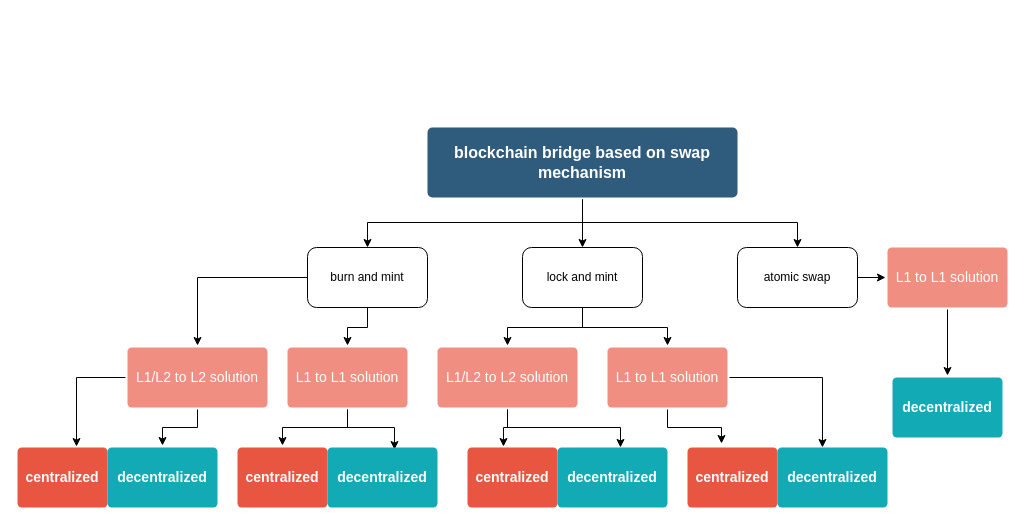
Earlier version of the draw.io diagram Untitled Diagram.drawio (foreverbb-cn/COMP00138). Source tidied: cells renumbered, new cells numbered last; positions are measured from the earlier drawing's top-left corner, leaving out a move shared by most shapes. Both pictures are drawn from the tidied source at 100%, with x=0, y=0 at pixel (17, 127).
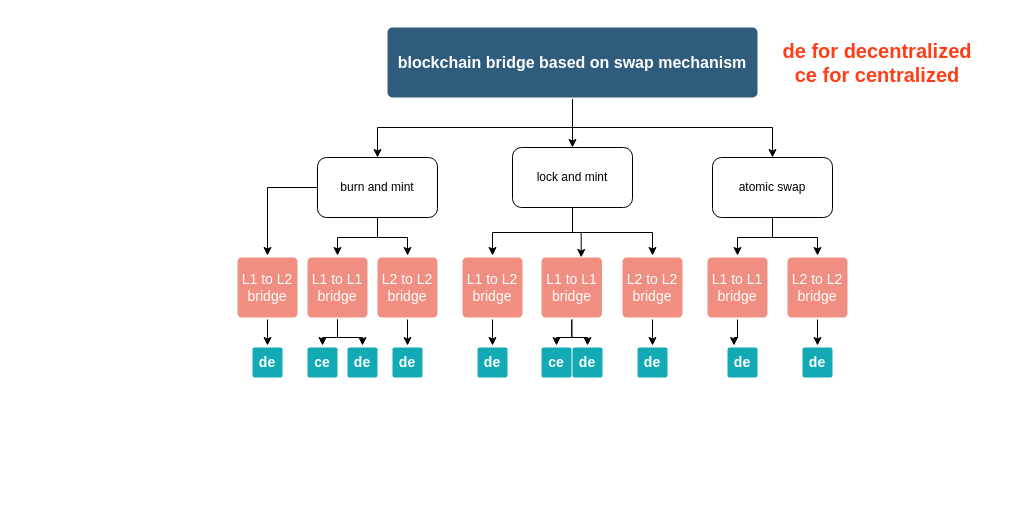
The same diagram, later.

What changed in the source:
```diff
@@
     <mxCell id="5" value="blockchain bridge based on swap mechanism" style="rounded=1;whiteSpace=wrap;html=1;shadow=0;labelBackgroundColor=none;strokeColor=none;strokeWidth=3;fillColor=#2F5B7C;fontFamily=Helvetica;fontSize=16;fontColor=#FFFFFF;align=center;fontStyle=1;spacing=5;arcSize=7;perimeterSpacing=2;" parent="1" vertex="1">
-      <mxGeometry x="410" width="310" height="70" as="geometry" />
+      <mxGeometry x="370" y="-100" width="370" height="70" as="geometry" />
     </mxCell>
-    <mxCell id="6" value="centralized" style="rounded=1;whiteSpace=wrap;html=1;shadow=0;labelBackgroundColor=none;strokeColor=none;strokeWidth=3;fillColor=#e85642;fontFamily=Helvetica;fontSize=14;fontColor=#FFFFFF;align=center;spacing=5;fontStyle=1;arcSize=7;perimeterSpacing=2;" parent="1" vertex="1">
-      <mxGeometry y="320" width="90" height="60" as="geometry" />
-    </mxCell>
-    <mxCell id="7" style="edgeStyle=orthogonalEdgeStyle;rounded=0;jettySize=auto;html=1;entryX=0.649;entryY=0.016;entryDx=0;entryDy=0;entryPerimeter=0;" parent="1" edge="1" source="9" target="6">
-      <mxGeometry relative="1" as="geometry" />
-    </mxCell>
-    <mxCell id="8" style="edgeStyle=orthogonalEdgeStyle;rounded=0;jettySize=auto;html=1;entryX=0.5;entryY=0;entryDx=0;entryDy=0;" parent="1" edge="1" source="9" target="21">
-      <mxGeometry relative="1" as="geometry" />
-    </mxCell>
+    <mxCell id="37" style="edgeStyle=orthogonalEdgeStyle;rounded=0;jettySize=auto;html=1;entryX=0.5;entryY=0;entryDx=0;entryDy=0;" parent="1" edge="1" source="9" target="53">
+      <mxGeometry relative="1" as="geometry" />
+    </mxCell>
-    <mxCell id="9" value="L1/L2 to L2 solution" style="rounded=1;whiteSpace=wrap;html=1;shadow=0;labelBackgroundColor=none;strokeColor=none;strokeWidth=3;fillColor=#f08e81;fontFamily=Helvetica;fontSize=14;fontColor=#FFFFFF;align=center;spacing=5;fontStyle=0;arcSize=7;perimeterSpacing=2;" parent="1" vertex="1">
-      <mxGeometry x="110" y="220" width="140" height="60" as="geometry" />
+    <mxCell id="9" value="L1 to L2 bridge" style="rounded=1;whiteSpace=wrap;html=1;shadow=0;labelBackgroundColor=none;strokeColor=none;strokeWidth=3;fillColor=#f08e81;fontFamily=Helvetica;fontSize=14;fontColor=#FFFFFF;align=center;spacing=5;fontStyle=0;arcSize=7;perimeterSpacing=2;" parent="1" vertex="1">
+      <mxGeometry x="220" y="130" width="60" height="60" as="geometry" />
     </mxCell>
-    <mxCell id="10" style="edgeStyle=orthogonalEdgeStyle;rounded=0;jettySize=auto;html=1;entryX=0.5;entryY=0;entryDx=0;entryDy=0;" parent="1" edge="1" source="11" target="12">
-      <mxGeometry relative="1" as="geometry" />
-    </mxCell>
+    <mxCell id="38" style="edgeStyle=orthogonalEdgeStyle;rounded=0;jettySize=auto;html=1;entryX=0.25;entryY=0;entryDx=0;entryDy=0;" parent="1" edge="1" source="11" target="59">
+      <mxGeometry relative="1" as="geometry" />
+    </mxCell>
-    <mxCell id="11" value="L1 to L1 solution" style="rounded=1;whiteSpace=wrap;html=1;shadow=0;labelBackgroundColor=none;strokeColor=none;strokeWidth=3;fillColor=#f08e81;fontFamily=Helvetica;fontSize=14;fontColor=#FFFFFF;align=center;spacing=5;fontStyle=0;arcSize=7;perimeterSpacing=2;" parent="1" vertex="1">
-      <mxGeometry x="870" y="120" width="120" height="60" as="geometry" />
+    <mxCell id="11" value="L1 to L1 bridge" style="rounded=1;whiteSpace=wrap;html=1;shadow=0;labelBackgroundColor=none;strokeColor=none;strokeWidth=3;fillColor=#f08e81;fontFamily=Helvetica;fontSize=14;fontColor=#FFFFFF;align=center;spacing=5;fontStyle=0;arcSize=7;perimeterSpacing=2;" parent="1" vertex="1">
+      <mxGeometry x="690" y="130" width="60" height="60" as="geometry" />
     </mxCell>
-    <mxCell id="12" value="decentralized" style="rounded=1;whiteSpace=wrap;html=1;shadow=0;labelBackgroundColor=none;strokeColor=none;strokeWidth=3;fillColor=#12aab5;fontFamily=Helvetica;fontSize=14;fontColor=#FFFFFF;align=center;spacing=5;fontStyle=1;arcSize=7;perimeterSpacing=2;" parent="1" vertex="1">
-      <mxGeometry x="875" y="250" width="110" height="60" as="geometry" />
-    </mxCell>
-    <mxCell id="13" style="edgeStyle=orthogonalEdgeStyle;rounded=0;jettySize=auto;html=1;" parent="1" edge="1" source="14" target="11">
+    <mxCell id="13" style="edgeStyle=orthogonalEdgeStyle;rounded=0;jettySize=auto;html=1;entryX=0.5;entryY=0;entryDx=0;entryDy=0;" parent="1" edge="1" source="14" target="11">
       <mxGeometry relative="1" as="geometry" />
     </mxCell>
+    <mxCell id="39" style="edgeStyle=orthogonalEdgeStyle;rounded=0;jettySize=auto;html=1;entryX=0.5;entryY=0;entryDx=0;entryDy=0;" parent="1" edge="1" source="14" target="50">
+      <mxGeometry relative="1" as="geometry" />
+    </mxCell>
     <mxCell id="14" value="atomic swap" style="rounded=1;whiteSpace=wrap;html=1;" parent="1" vertex="1">
-      <mxGeometry x="720" y="120" width="120" height="60" as="geometry" />
+      <mxGeometry x="695" y="30" width="120" height="60" as="geometry" />
     </mxCell>
@@
+    <mxCell id="40" style="edgeStyle=orthogonalEdgeStyle;rounded=0;jettySize=auto;html=1;" parent="1" edge="1" source="17" target="52">
+      <mxGeometry relative="1" as="geometry" />
+    </mxCell>
-    <mxCell id="17" value="burn and mint" style="rounded=1;whiteSpace=wrap;html=1;" parent="1" vertex="1">
-      <mxGeometry x="290" y="120" width="120" height="60" as="geometry" />
+    <mxCell id="17" value="burn and mint&lt;br&gt;" style="rounded=1;whiteSpace=wrap;html=1;" parent="1" vertex="1">
+      <mxGeometry x="300" y="30" width="120" height="60" as="geometry" />
     </mxCell>
-    <mxCell id="18" style="edgeStyle=orthogonalEdgeStyle;rounded=0;jettySize=auto;html=1;entryX=0.5;entryY=0;entryDx=0;entryDy=0;" parent="1" edge="1" source="20" target="28">
+    <mxCell id="18" style="edgeStyle=orthogonalEdgeStyle;rounded=0;jettySize=auto;html=1;" parent="1" edge="1" source="20" target="28">
       <mxGeometry relative="1" as="geometry" />
     </mxCell>
-    <mxCell id="19" style="edgeStyle=orthogonalEdgeStyle;rounded=0;jettySize=auto;html=1;" parent="1" edge="1" source="20" target="31">
+    <mxCell id="19" style="edgeStyle=orthogonalEdgeStyle;rounded=0;jettySize=auto;html=1;entryX=0.647;entryY=0.031;entryDx=0;entryDy=0;entryPerimeter=0;" parent="1" edge="1" source="20" target="31">
       <mxGeometry relative="1" as="geometry" />
     </mxCell>
+    <mxCell id="41" style="edgeStyle=orthogonalEdgeStyle;rounded=0;jettySize=auto;html=1;entryX=0.5;entryY=0;entryDx=0;entryDy=0;" parent="1" edge="1" source="20" target="48">
+      <mxGeometry relative="1" as="geometry" />
+    </mxCell>
     <mxCell id="20" value="lock and mint" style="rounded=1;whiteSpace=wrap;html=1;" parent="1" vertex="1">
-      <mxGeometry x="505" y="120" width="120" height="60" as="geometry" />
+      <mxGeometry x="495" y="20" width="120" height="60" as="geometry" />
     </mxCell>
-    <mxCell id="21" value="decentralized" style="rounded=1;whiteSpace=wrap;html=1;shadow=0;labelBackgroundColor=none;strokeColor=none;strokeWidth=3;fillColor=#12aab5;fontFamily=Helvetica;fontSize=14;fontColor=#FFFFFF;align=center;spacing=5;fontStyle=1;arcSize=7;perimeterSpacing=2;" parent="1" vertex="1">
-      <mxGeometry x="90" y="320" width="110" height="60" as="geometry" />
-    </mxCell>
-    <mxCell id="22" value="centralized" style="rounded=1;whiteSpace=wrap;html=1;shadow=0;labelBackgroundColor=none;strokeColor=none;strokeWidth=3;fillColor=#e85642;fontFamily=Helvetica;fontSize=14;fontColor=#FFFFFF;align=center;spacing=5;fontStyle=1;arcSize=7;perimeterSpacing=2;" parent="1" vertex="1">
-      <mxGeometry x="220" y="320" width="90" height="60" as="geometry" />
-    </mxCell>
-    <mxCell id="23" style="edgeStyle=orthogonalEdgeStyle;rounded=0;jettySize=auto;html=1;entryX=0.5;entryY=0;entryDx=0;entryDy=0;" parent="1" edge="1" source="25" target="22">
-      <mxGeometry relative="1" as="geometry" />
-    </mxCell>
-    <mxCell id="24" style="edgeStyle=orthogonalEdgeStyle;rounded=0;jettySize=auto;html=1;entryX=0.605;entryY=0.063;entryDx=0;entryDy=0;entryPerimeter=0;" parent="1" edge="1" source="25" target="34">
-      <mxGeometry relative="1" as="geometry" />
-    </mxCell>
+    <mxCell id="42" style="edgeStyle=orthogonalEdgeStyle;rounded=0;jettySize=auto;html=1;entryX=0.5;entryY=0;entryDx=0;entryDy=0;" parent="1" edge="1" source="25" target="54">
+      <mxGeometry relative="1" as="geometry" />
+    </mxCell>
+    <mxCell id="43" style="edgeStyle=orthogonalEdgeStyle;rounded=0;jettySize=auto;html=1;entryX=0.5;entryY=0;entryDx=0;entryDy=0;" parent="1" edge="1" source="25" target="61">
+      <mxGeometry relative="1" as="geometry" />
+    </mxCell>
-    <mxCell id="25" value="L1 to L1 solution" style="rounded=1;whiteSpace=wrap;html=1;shadow=0;labelBackgroundColor=none;strokeColor=none;strokeWidth=3;fillColor=#f08e81;fontFamily=Helvetica;fontSize=14;fontColor=#FFFFFF;align=center;spacing=5;fontStyle=0;arcSize=7;perimeterSpacing=2;" parent="1" vertex="1">
-      <mxGeometry x="270" y="220" width="120" height="60" as="geometry" />
+    <mxCell id="25" value="L1 to L1 bridge" style="rounded=1;whiteSpace=wrap;html=1;shadow=0;labelBackgroundColor=none;strokeColor=none;strokeWidth=3;fillColor=#f08e81;fontFamily=Helvetica;fontSize=14;fontColor=#FFFFFF;align=center;spacing=5;fontStyle=0;arcSize=7;perimeterSpacing=2;" parent="1" vertex="1">
+      <mxGeometry x="290" y="130" width="60" height="60" as="geometry" />
     </mxCell>
-    <mxCell id="26" style="edgeStyle=orthogonalEdgeStyle;rounded=0;jettySize=auto;html=1;entryX=0.404;entryY=0.016;entryDx=0;entryDy=0;entryPerimeter=0;" parent="1" edge="1" source="28" target="33">
-      <mxGeometry relative="1" as="geometry" />
-    </mxCell>
-    <mxCell id="27" style="edgeStyle=orthogonalEdgeStyle;rounded=0;jettySize=auto;html=1;entryX=0.57;entryY=0.031;entryDx=0;entryDy=0;entryPerimeter=0;" parent="1" edge="1" source="28" target="36">
-      <mxGeometry relative="1" as="geometry" />
-    </mxCell>
+    <mxCell id="44" style="edgeStyle=orthogonalEdgeStyle;rounded=0;jettySize=auto;html=1;entryX=0.5;entryY=0;entryDx=0;entryDy=0;" parent="1" edge="1" source="28" target="56">
+      <mxGeometry relative="1" as="geometry" />
+    </mxCell>
-    <mxCell id="28" value="L1/L2 to L2 solution" style="rounded=1;whiteSpace=wrap;html=1;shadow=0;labelBackgroundColor=none;strokeColor=none;strokeWidth=3;fillColor=#f08e81;fontFamily=Helvetica;fontSize=14;fontColor=#FFFFFF;align=center;spacing=5;fontStyle=0;arcSize=7;perimeterSpacing=2;" parent="1" vertex="1">
-      <mxGeometry x="420" y="220" width="140" height="60" as="geometry" />
+    <mxCell id="28" value="L1 to L2 bridge" style="rounded=1;whiteSpace=wrap;html=1;shadow=0;labelBackgroundColor=none;strokeColor=none;strokeWidth=3;fillColor=#f08e81;fontFamily=Helvetica;fontSize=14;fontColor=#FFFFFF;align=center;spacing=5;fontStyle=0;arcSize=7;perimeterSpacing=2;" parent="1" vertex="1">
+      <mxGeometry x="445" y="130" width="60" height="60" as="geometry" />
     </mxCell>
-    <mxCell id="29" style="edgeStyle=orthogonalEdgeStyle;rounded=0;jettySize=auto;html=1;entryX=0.383;entryY=-0.031;entryDx=0;entryDy=0;entryPerimeter=0;" parent="1" edge="1" source="31" target="32">
-      <mxGeometry relative="1" as="geometry" />
-    </mxCell>
-    <mxCell id="30" style="edgeStyle=orthogonalEdgeStyle;rounded=0;jettySize=auto;html=1;entryX=0.412;entryY=0.031;entryDx=0;entryDy=0;entryPerimeter=0;" parent="1" edge="1" source="31" target="35">
-      <mxGeometry relative="1" as="geometry" />
-    </mxCell>
+    <mxCell id="45" style="edgeStyle=orthogonalEdgeStyle;rounded=0;jettySize=auto;html=1;entryX=0.5;entryY=0;entryDx=0;entryDy=0;" parent="1" edge="1" source="31" target="57">
+      <mxGeometry relative="1" as="geometry" />
+    </mxCell>
+    <mxCell id="46" style="edgeStyle=orthogonalEdgeStyle;rounded=0;jettySize=auto;html=1;entryX=0.5;entryY=0;entryDx=0;entryDy=0;" parent="1" edge="1" source="31" target="62">
+      <mxGeometry relative="1" as="geometry" />
+    </mxCell>
-    <mxCell id="31" value="L1 to L1 solution" style="rounded=1;whiteSpace=wrap;html=1;shadow=0;labelBackgroundColor=none;strokeColor=none;strokeWidth=3;fillColor=#f08e81;fontFamily=Helvetica;fontSize=14;fontColor=#FFFFFF;align=center;spacing=5;fontStyle=0;arcSize=7;perimeterSpacing=2;" parent="1" vertex="1">
-      <mxGeometry x="590" y="220" width="120" height="60" as="geometry" />
+    <mxCell id="31" value="L1 to L1 bridge" style="rounded=1;whiteSpace=wrap;html=1;shadow=0;labelBackgroundColor=none;strokeColor=none;strokeWidth=3;fillColor=#f08e81;fontFamily=Helvetica;fontSize=14;fontColor=#FFFFFF;align=center;spacing=5;fontStyle=0;arcSize=7;perimeterSpacing=2;" parent="1" vertex="1">
+      <mxGeometry x="524" y="130" width="60.5" height="60" as="geometry" />
     </mxCell>
-    <mxCell id="32" value="centralized" style="rounded=1;whiteSpace=wrap;html=1;shadow=0;labelBackgroundColor=none;strokeColor=none;strokeWidth=3;fillColor=#e85642;fontFamily=Helvetica;fontSize=14;fontColor=#FFFFFF;align=center;spacing=5;fontStyle=1;arcSize=7;perimeterSpacing=2;" parent="1" vertex="1">
-      <mxGeometry x="670" y="320" width="90" height="60" as="geometry" />
-    </mxCell>
-    <mxCell id="33" value="centralized" style="rounded=1;whiteSpace=wrap;html=1;shadow=0;labelBackgroundColor=none;strokeColor=none;strokeWidth=3;fillColor=#e85642;fontFamily=Helvetica;fontSize=14;fontColor=#FFFFFF;align=center;spacing=5;fontStyle=1;arcSize=7;perimeterSpacing=2;" parent="1" vertex="1">
-      <mxGeometry x="450" y="320" width="90" height="60" as="geometry" />
-    </mxCell>
-    <mxCell id="34" value="decentralized" style="rounded=1;whiteSpace=wrap;html=1;shadow=0;labelBackgroundColor=none;strokeColor=none;strokeWidth=3;fillColor=#12aab5;fontFamily=Helvetica;fontSize=14;fontColor=#FFFFFF;align=center;spacing=5;fontStyle=1;arcSize=7;perimeterSpacing=2;" parent="1" vertex="1">
-      <mxGeometry x="310" y="320" width="110" height="60" as="geometry" />
-    </mxCell>
-    <mxCell id="35" value="decentralized" style="rounded=1;whiteSpace=wrap;html=1;shadow=0;labelBackgroundColor=none;strokeColor=none;strokeWidth=3;fillColor=#12aab5;fontFamily=Helvetica;fontSize=14;fontColor=#FFFFFF;align=center;spacing=5;fontStyle=1;arcSize=7;perimeterSpacing=2;" parent="1" vertex="1">
-      <mxGeometry x="760" y="320" width="110" height="60" as="geometry" />
-    </mxCell>
-    <mxCell id="36" value="decentralized" style="rounded=1;whiteSpace=wrap;html=1;shadow=0;labelBackgroundColor=none;strokeColor=none;strokeWidth=3;fillColor=#12aab5;fontFamily=Helvetica;fontSize=14;fontColor=#FFFFFF;align=center;spacing=5;fontStyle=1;arcSize=7;perimeterSpacing=2;" parent="1" vertex="1">
-      <mxGeometry x="540" y="320" width="110" height="60" as="geometry" />
-    </mxCell>
+    <mxCell id="47" style="edgeStyle=orthogonalEdgeStyle;rounded=0;jettySize=auto;html=1;" parent="1" edge="1" source="48" target="58">
+      <mxGeometry relative="1" as="geometry" />
+    </mxCell>
+    <mxCell id="48" value="L2 to L2 bridge" style="rounded=1;whiteSpace=wrap;html=1;shadow=0;labelBackgroundColor=none;strokeColor=none;strokeWidth=3;fillColor=#f08e81;fontFamily=Helvetica;fontSize=14;fontColor=#FFFFFF;align=center;spacing=5;fontStyle=0;arcSize=7;perimeterSpacing=2;" parent="1" vertex="1">
+      <mxGeometry x="605" y="130" width="60" height="60" as="geometry" />
+    </mxCell>
+    <mxCell id="49" style="edgeStyle=orthogonalEdgeStyle;rounded=0;jettySize=auto;html=1;" parent="1" edge="1" source="50" target="60">
+      <mxGeometry relative="1" as="geometry" />
+    </mxCell>
+    <mxCell id="50" value="L2 to L2 bridge" style="rounded=1;whiteSpace=wrap;html=1;shadow=0;labelBackgroundColor=none;strokeColor=none;strokeWidth=3;fillColor=#f08e81;fontFamily=Helvetica;fontSize=14;fontColor=#FFFFFF;align=center;spacing=5;fontStyle=0;arcSize=7;perimeterSpacing=2;" parent="1" vertex="1">
+      <mxGeometry x="770" y="130" width="60" height="60" as="geometry" />
+    </mxCell>
+    <mxCell id="51" style="edgeStyle=orthogonalEdgeStyle;rounded=0;jettySize=auto;html=1;entryX=0.5;entryY=0;entryDx=0;entryDy=0;" parent="1" edge="1" source="52" target="55">
+      <mxGeometry relative="1" as="geometry" />
+    </mxCell>
+    <mxCell id="52" value="L2 to L2 bridge" style="rounded=1;whiteSpace=wrap;html=1;shadow=0;labelBackgroundColor=none;strokeColor=none;strokeWidth=3;fillColor=#f08e81;fontFamily=Helvetica;fontSize=14;fontColor=#FFFFFF;align=center;spacing=5;fontStyle=0;arcSize=7;perimeterSpacing=2;" parent="1" vertex="1">
+      <mxGeometry x="360" y="130" width="60" height="60" as="geometry" />
+    </mxCell>
+    <mxCell id="53" value="de" style="rounded=1;whiteSpace=wrap;html=1;shadow=0;labelBackgroundColor=none;strokeColor=none;strokeWidth=3;fillColor=#12aab5;fontFamily=Helvetica;fontSize=14;fontColor=#FFFFFF;align=center;spacing=5;fontStyle=1;arcSize=7;perimeterSpacing=2;" parent="1" vertex="1">
+      <mxGeometry x="235" y="220" width="30" height="30" as="geometry" />
+    </mxCell>
+    <mxCell id="54" value="de" style="rounded=1;whiteSpace=wrap;html=1;shadow=0;labelBackgroundColor=none;strokeColor=none;strokeWidth=3;fillColor=#12aab5;fontFamily=Helvetica;fontSize=14;fontColor=#FFFFFF;align=center;spacing=5;fontStyle=1;arcSize=7;perimeterSpacing=2;" parent="1" vertex="1">
+      <mxGeometry x="330" y="220" width="30" height="30" as="geometry" />
+    </mxCell>
+    <mxCell id="55" value="de" style="rounded=1;whiteSpace=wrap;html=1;shadow=0;labelBackgroundColor=none;strokeColor=none;strokeWidth=3;fillColor=#12aab5;fontFamily=Helvetica;fontSize=14;fontColor=#FFFFFF;align=center;spacing=5;fontStyle=1;arcSize=7;perimeterSpacing=2;" parent="1" vertex="1">
+      <mxGeometry x="375" y="220" width="30" height="30" as="geometry" />
+    </mxCell>
+    <mxCell id="56" value="de" style="rounded=1;whiteSpace=wrap;html=1;shadow=0;labelBackgroundColor=none;strokeColor=none;strokeWidth=3;fillColor=#12aab5;fontFamily=Helvetica;fontSize=14;fontColor=#FFFFFF;align=center;spacing=5;fontStyle=1;arcSize=7;perimeterSpacing=2;" parent="1" vertex="1">
+      <mxGeometry x="460" y="220" width="30" height="30" as="geometry" />
+    </mxCell>
+    <mxCell id="57" value="de" style="rounded=1;whiteSpace=wrap;html=1;shadow=0;labelBackgroundColor=none;strokeColor=none;strokeWidth=3;fillColor=#12aab5;fontFamily=Helvetica;fontSize=14;fontColor=#FFFFFF;align=center;spacing=5;fontStyle=1;arcSize=7;perimeterSpacing=2;" parent="1" vertex="1">
+      <mxGeometry x="555" y="220" width="30" height="30" as="geometry" />
+    </mxCell>
+    <mxCell id="58" value="de" style="rounded=1;whiteSpace=wrap;html=1;shadow=0;labelBackgroundColor=none;strokeColor=none;strokeWidth=3;fillColor=#12aab5;fontFamily=Helvetica;fontSize=14;fontColor=#FFFFFF;align=center;spacing=5;fontStyle=1;arcSize=7;perimeterSpacing=2;" parent="1" vertex="1">
+      <mxGeometry x="620" y="220" width="30" height="30" as="geometry" />
+    </mxCell>
+    <mxCell id="59" value="de" style="rounded=1;whiteSpace=wrap;html=1;shadow=0;labelBackgroundColor=none;strokeColor=none;strokeWidth=3;fillColor=#12aab5;fontFamily=Helvetica;fontSize=14;fontColor=#FFFFFF;align=center;spacing=5;fontStyle=1;arcSize=7;perimeterSpacing=2;" parent="1" vertex="1">
+      <mxGeometry x="710" y="220" width="30" height="30" as="geometry" />
+    </mxCell>
+    <mxCell id="60" value="de" style="rounded=1;whiteSpace=wrap;html=1;shadow=0;labelBackgroundColor=none;strokeColor=none;strokeWidth=3;fillColor=#12aab5;fontFamily=Helvetica;fontSize=14;fontColor=#FFFFFF;align=center;spacing=5;fontStyle=1;arcSize=7;perimeterSpacing=2;" parent="1" vertex="1">
+      <mxGeometry x="785" y="220" width="30" height="30" as="geometry" />
+    </mxCell>
+    <mxCell id="61" value="ce" style="rounded=1;whiteSpace=wrap;html=1;shadow=0;labelBackgroundColor=none;strokeColor=none;strokeWidth=3;fillColor=#12aab5;fontFamily=Helvetica;fontSize=14;fontColor=#FFFFFF;align=center;spacing=5;fontStyle=1;arcSize=7;perimeterSpacing=2;" parent="1" vertex="1">
+      <mxGeometry x="290" y="220" width="30" height="30" as="geometry" />
+    </mxCell>
+    <mxCell id="62" value="ce" style="rounded=1;whiteSpace=wrap;html=1;shadow=0;labelBackgroundColor=none;strokeColor=none;strokeWidth=3;fillColor=#12aab5;fontFamily=Helvetica;fontSize=14;fontColor=#FFFFFF;align=center;spacing=5;fontStyle=1;arcSize=7;perimeterSpacing=2;" parent="1" vertex="1">
+      <mxGeometry x="524" y="220" width="30" height="30" as="geometry" />
+    </mxCell>
+    <mxCell id="63" value="&lt;b style=&quot;font-size: 20px;&quot;&gt;&lt;font style=&quot;font-size: 20px;&quot; color=&quot;#ff3e17&quot;&gt;de for decentralized&lt;br&gt;ce for centralized&lt;/font&gt;&lt;/b&gt;" style="text;strokeColor=none;align=center;fillColor=none;html=1;verticalAlign=middle;whiteSpace=wrap;rounded=0;" parent="1" vertex="1">
+      <mxGeometry x="750" y="-110" width="220" height="90" as="geometry" />
+    </mxCell>
```
